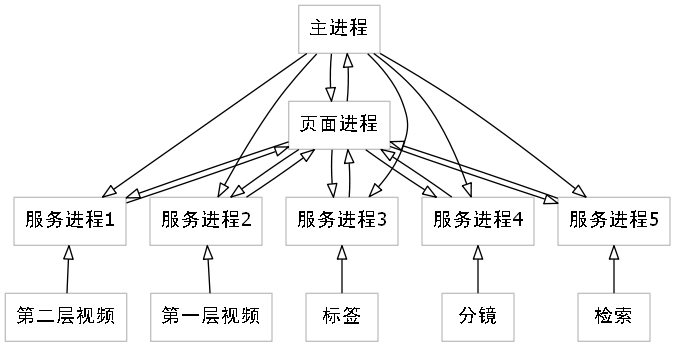
WingDust/Sheer keeps this Graphviz diagram as Structure.png. Above is the earlier version. Its source is kept beside it as Structure.dot.
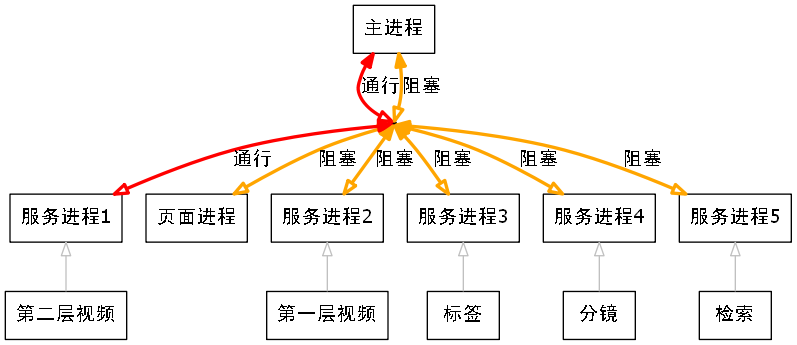
The same diagram one commit later.

The edit, as a diff of the source:
```diff
@@ -1,7 +1,9 @@
-digraph construct {
+digraph Structure {
 
-  node [color=gray,shape=box,fontname="优设好身体"];
-  edge [arrowhead = "empty" fontname="Source Code Variable ExtraLight Italic"]
+  node [color=black,shape=box,fontname="优设好身体" ordering=out];
+  edge [ color=gray arrowhead = "empty" fontname="优设好身体"]
+
+  concentrate=true
 
   {rank = min; 主进程}
   主进程
@@ -10,15 +12,15 @@
   服务进程2
   服务进程3
   服务进程4
+  i[shape=point label="ipc:message"]
   {rank = same;服务进程1 服务进程2 服务进程3 服务进程4 服务进程5}
-  主进程 -> {页面进程 服务进程1 服务进程2 服务进程3 服务进程4 服务进程5} []
-  {服务进程1 服务进程2 服务进程3 服务进程4 服务进程5} -> 页面进程
-  页面进程 -> {主进程 服务进程1 服务进程2 服务进程3 服务进程4 服务进程5}
+  主进程 -> i -> { 服务进程1}[label="通行" color=red penwidth=2.5 dir=both]
+  主进程 -> i -> {页面进程 服务进程2 服务进程3 服务进程4 服务进程5}[label="阻塞" color=orange penwidth=2.5 dir=both]
 
+  {rank = max;第二层视频  第一层视频  检索 标签 分镜}
   第二层视频 -> 服务进程1
   第一层视频 -> 服务进程2
   标签-> 服务进程3
   分镜 -> 服务进程4
   检索 -> 服务进程5
-  {rank = max;第二层视频  第一层视频  检索 标签 分镜}
 }
```
